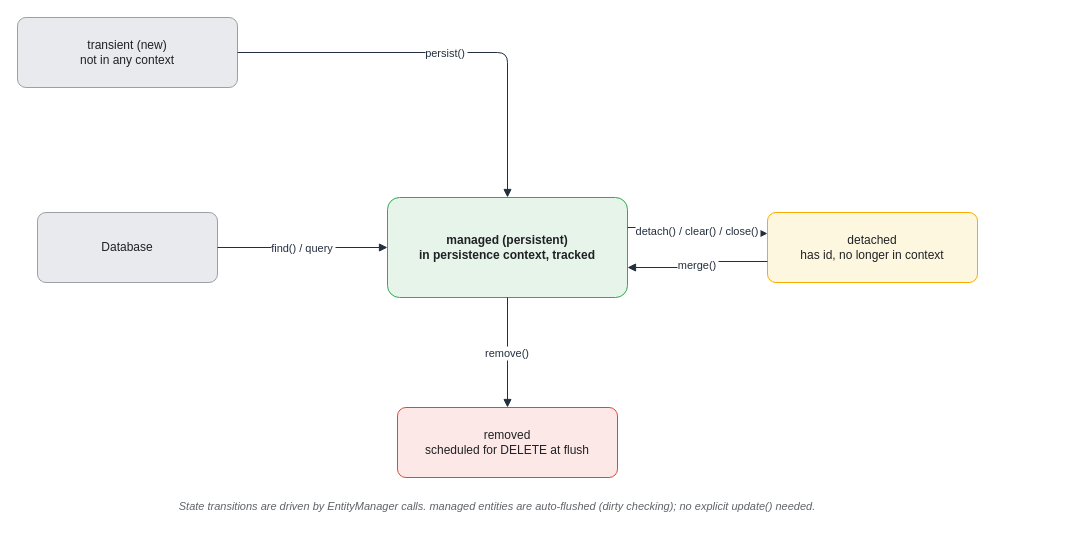
Before: assets/img/spring/spring-16-entity-states.drawio in KKamJi98/kkamji98.github.io, a draw.io diagram. Source tidied: cells renumbered, new cells numbered last; positions are measured from the earlier drawing's top-left corner, leaving out a move shared by most shapes. Both pictures are drawn from the tidied source at 100%, with x=0, y=0 at pixel (17, 17).
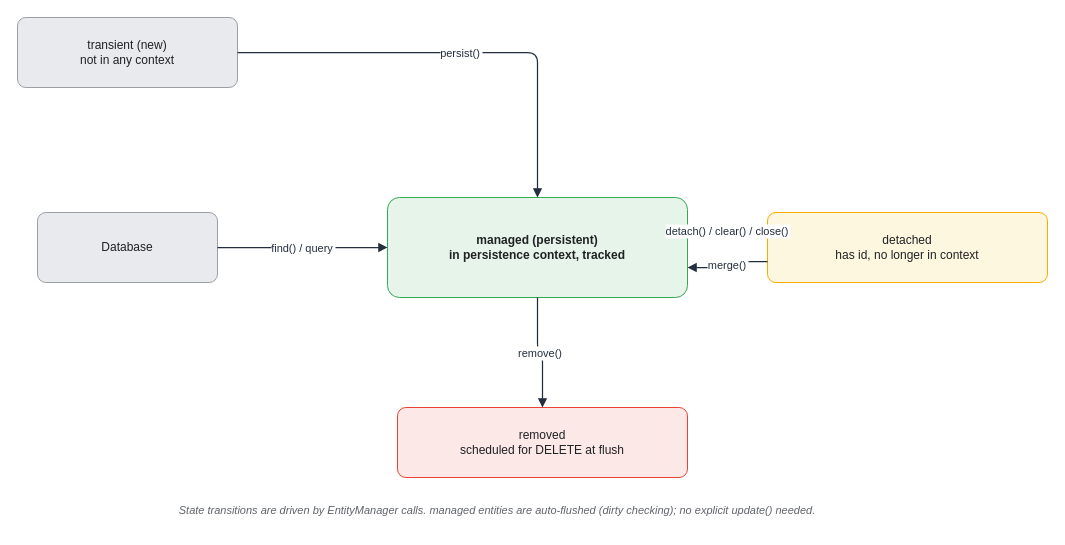
Above is the later version.

Diff of the diagram source:
```diff
@@
 <mxGraphModel background="#FFFFFF">
   <root>
     <mxCell id="0" />
     <mxCell id="1" parent="0" />
-    <mxCell id="2" value="transient (new)&#10;not in any context" style="rounded=1;whiteSpace=wrap;html=1;arcSize=12;shadow=0;fillColor=#E8EAED;strokeColor=#9AA0A6;fontColor=#202124;" parent="1" vertex="1">
+    <mxCell id="2" value="transient (new)&#10;not in any context" style="rounded=1;whiteSpace=wrap;html=0;arcSize=12;shadow=0;fillColor=#E8EAED;strokeColor=#9AA0A6;fontColor=#202124;" parent="1" vertex="1">
       <mxGeometry width="220" height="70" as="geometry" />
     </mxCell>
-    <mxCell id="3" value="Database" style="rounded=1;whiteSpace=wrap;html=1;arcSize=12;shadow=0;fillColor=#E8EAED;strokeColor=#9AA0A6;fontColor=#202124;" parent="1" vertex="1">
+    <mxCell id="3" value="Database" style="rounded=1;whiteSpace=wrap;html=0;arcSize=12;shadow=0;fillColor=#E8EAED;strokeColor=#9AA0A6;fontColor=#202124;" parent="1" vertex="1">
       <mxGeometry x="20" y="195" width="180" height="70" as="geometry" />
     </mxCell>
-    <mxCell id="4" value="managed (persistent)&#10;in persistence context, tracked" style="rounded=1;whiteSpace=wrap;html=1;arcSize=12;shadow=0;fillColor=#E6F4EA;strokeColor=#34A853;fontColor=#202124;fontStyle=1;" parent="1" vertex="1">
-      <mxGeometry x="370" y="180" width="240" height="100" as="geometry" />
+    <mxCell id="4" value="managed (persistent)&#10;in persistence context, tracked" style="rounded=1;whiteSpace=wrap;html=0;arcSize=12;shadow=0;fillColor=#E6F4EA;strokeColor=#34A853;fontColor=#202124;fontStyle=1;" parent="1" vertex="1">
+      <mxGeometry x="370" y="180" width="300" height="100" as="geometry" />
     </mxCell>
-    <mxCell id="5" value="detached&#10;has id, no longer in context" style="rounded=1;whiteSpace=wrap;html=1;arcSize=12;shadow=0;fillColor=#FEF7E0;strokeColor=#F9AB00;fontColor=#202124;" parent="1" vertex="1">
-      <mxGeometry x="750" y="195" width="210" height="70" as="geometry" />
+    <mxCell id="5" value="detached&#10;has id, no longer in context" style="rounded=1;whiteSpace=wrap;html=0;arcSize=12;shadow=0;fillColor=#FEF7E0;strokeColor=#F9AB00;fontColor=#202124;" parent="1" vertex="1">
+      <mxGeometry x="750" y="195" width="280" height="70" as="geometry" />
     </mxCell>
-    <mxCell id="6" value="removed&#10;scheduled for DELETE at flush" style="rounded=1;whiteSpace=wrap;html=1;arcSize=12;shadow=0;fillColor=#FCE8E6;strokeColor=#EA4335;fontColor=#202124;" parent="1" vertex="1">
-      <mxGeometry x="380" y="390" width="220" height="70" as="geometry" />
+    <mxCell id="6" value="removed&#10;scheduled for DELETE at flush" style="rounded=1;whiteSpace=wrap;html=0;arcSize=12;shadow=0;fillColor=#FCE8E6;strokeColor=#EA4335;fontColor=#202124;" parent="1" vertex="1">
+      <mxGeometry x="380" y="390" width="290" height="70" as="geometry" />
     </mxCell>
-    <mxCell id="7" value="persist()" style="edgeStyle=orthogonalEdgeStyle;rounded=1;html=0;endArrow=block;strokeColor=#232F3E;fontColor=#232F3E;labelBackgroundColor=#FFFFFF;" parent="1" edge="1" source="2" target="4">
+    <mxCell id="7" value="persist()" style="edgeStyle=orthogonalEdgeStyle;rounded=1;html=0;endArrow=block;strokeColor=#232F3E;fontColor=#232F3E;labelBackgroundColor=#FFFFFF;strokeWidth=1.25;" parent="1" edge="1" source="2" target="4">
       <mxGeometry relative="1" as="geometry" />
     </mxCell>
-    <mxCell id="8" value="find() / query" style="edgeStyle=orthogonalEdgeStyle;rounded=1;html=0;endArrow=block;strokeColor=#232F3E;fontColor=#232F3E;labelBackgroundColor=#FFFFFF;" parent="1" edge="1" source="3" target="4">
+    <mxCell id="8" value="find() / query" style="edgeStyle=orthogonalEdgeStyle;rounded=1;html=0;endArrow=block;strokeColor=#232F3E;fontColor=#232F3E;labelBackgroundColor=#FFFFFF;strokeWidth=1.25;" parent="1" edge="1" source="3" target="4">
       <mxGeometry relative="1" as="geometry" />
     </mxCell>
-    <mxCell id="9" value="detach() / clear() / close()" style="edgeStyle=orthogonalEdgeStyle;rounded=1;html=0;endArrow=block;strokeColor=#232F3E;fontColor=#232F3E;labelBackgroundColor=#FFFFFF;exitX=1;exitY=0.3;exitDx=0;exitDy=0;entryX=0;entryY=0.3;entryDx=0;entryDy=0;" parent="1" edge="1" source="4" target="5">
+    <mxCell id="9" value="detach() / clear() / close()" style="edgeStyle=orthogonalEdgeStyle;rounded=1;html=0;endArrow=block;strokeColor=#232F3E;fontColor=#232F3E;labelBackgroundColor=#FFFFFF;exitX=1;exitY=0.3;exitDx=0;exitDy=0;entryX=0;entryY=0.3;entryDx=0;entryDy=0;strokeWidth=1.25;" parent="1" edge="1" source="4" target="5">
       <mxGeometry relative="1" as="geometry" />
     </mxCell>
-    <mxCell id="10" value="merge()" style="edgeStyle=orthogonalEdgeStyle;rounded=1;html=0;endArrow=block;strokeColor=#232F3E;fontColor=#232F3E;labelBackgroundColor=#FFFFFF;exitX=0;exitY=0.7;exitDx=0;exitDy=0;entryX=1;entryY=0.7;entryDx=0;entryDy=0;" parent="1" edge="1" source="5" target="4">
+    <mxCell id="10" value="merge()" style="edgeStyle=orthogonalEdgeStyle;rounded=1;html=0;endArrow=block;strokeColor=#232F3E;fontColor=#232F3E;labelBackgroundColor=#FFFFFF;exitX=0;exitY=0.7;exitDx=0;exitDy=0;entryX=1;entryY=0.7;entryDx=0;entryDy=0;strokeWidth=1.25;" parent="1" edge="1" source="5" target="4">
       <mxGeometry relative="1" as="geometry" />
     </mxCell>
-    <mxCell id="11" value="remove()" style="edgeStyle=orthogonalEdgeStyle;rounded=1;html=0;endArrow=block;strokeColor=#232F3E;fontColor=#232F3E;labelBackgroundColor=#FFFFFF;" parent="1" edge="1" source="4" target="6">
+    <mxCell id="11" value="remove()" style="edgeStyle=orthogonalEdgeStyle;rounded=1;html=0;endArrow=block;strokeColor=#232F3E;fontColor=#232F3E;labelBackgroundColor=#FFFFFF;strokeWidth=1.25;" parent="1" edge="1" source="4" target="6">
       <mxGeometry relative="1" as="geometry" />
     </mxCell>
-    <mxCell id="12" value="State transitions are driven by EntityManager calls. managed entities are auto-flushed (dirty checking); no explicit update() needed." style="text;html=1;align=center;verticalAlign=middle;whiteSpace=wrap;fontSize=11;fontColor=#5F6368;fontStyle=2;" parent="1" vertex="1">
-      <mxGeometry y="475" width="960" height="28" as="geometry" />
+    <mxCell id="12" value="State transitions are driven by EntityManager calls. managed entities are auto-flushed (dirty checking); no explicit update() needed." style="text;html=0;align=center;verticalAlign=middle;whiteSpace=wrap;fontSize=11;fontColor=#5F6368;fontStyle=2;" parent="1" vertex="1">
+      <mxGeometry y="475" width="960" height="35" as="geometry" />
     </mxCell>
   </root>
 </mxGraphModel>
```
